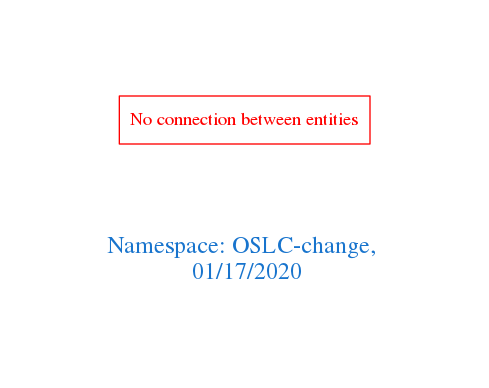
Before: downloads/OSLC-change.png, a diagram exported from Graphviz (arago/OGIT). Its source is kept beside it as downloads/OSLC-change.dot.
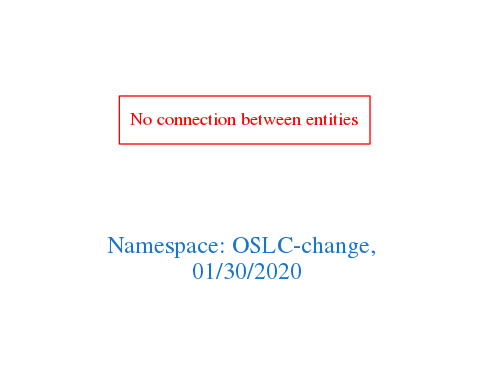
After the commit.

Change to the diagram source:
```diff
@@ -1,7 +1,7 @@
 digraph OGIT_ontology {
  graph [ rankdir= LR,pad=1
 fontsize = 18,
-fontcolor= dodgerblue3,label = "\n\n\nNamespace: OSLC-change, \n 01/17/2020"];
+fontcolor= dodgerblue3,label = "\n\n\nNamespace: OSLC-change, \n 01/30/2020"];
 node[shape=polygon];
 edge [  color="gray81"];
 
```
